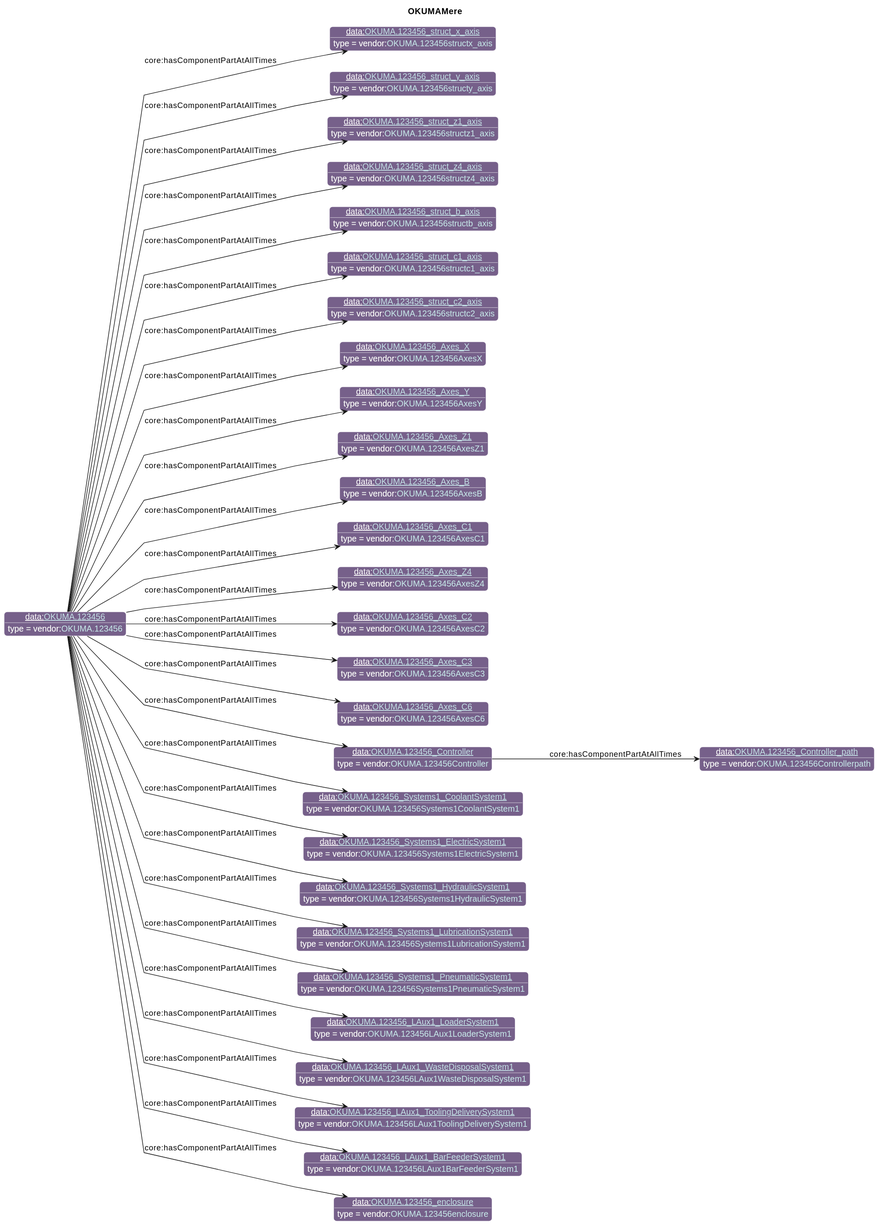
This is diagrams/OKUMAMere.svg from iofoundry/example-syseng-mtconnect, a PlantUML export, as it was before one commit.
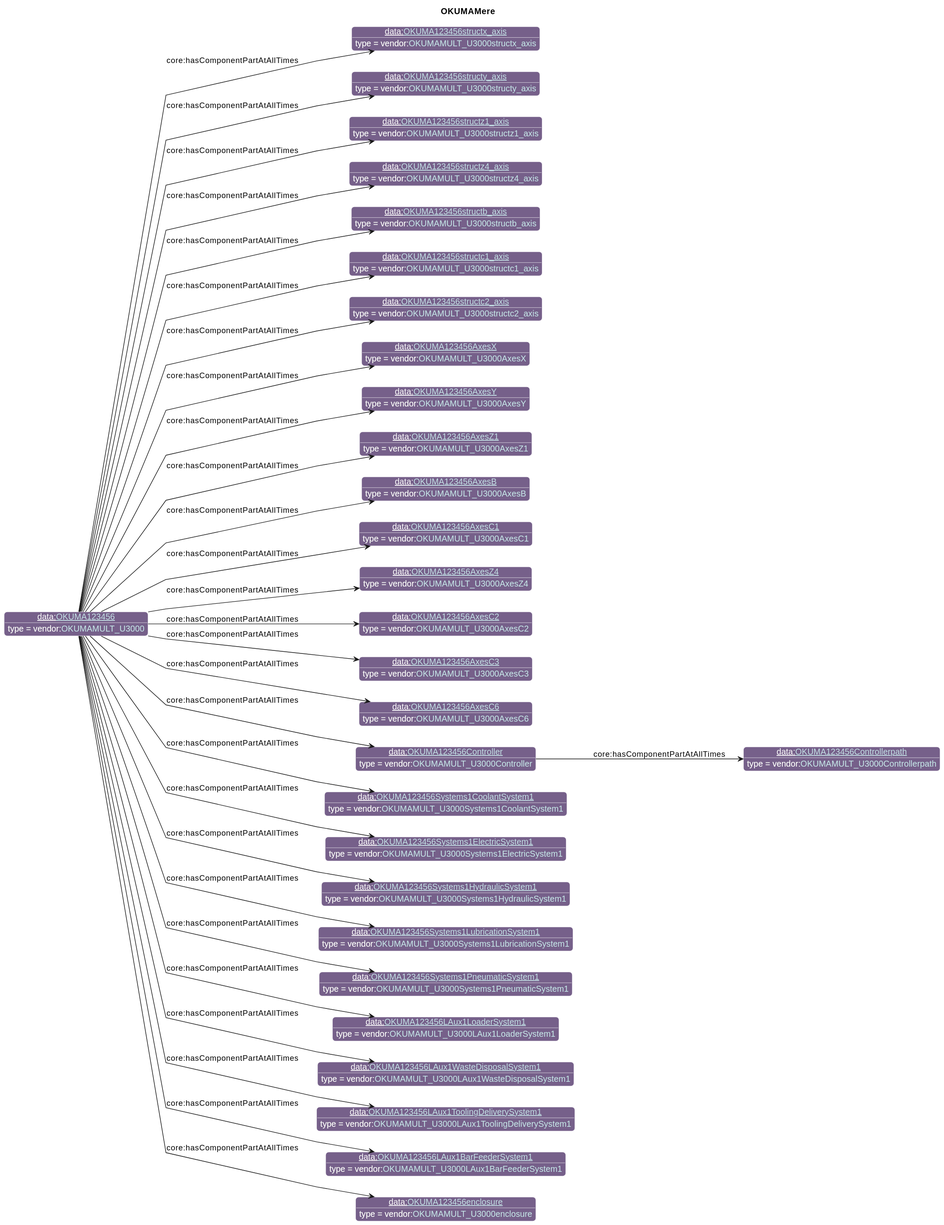
After the commit.

Change to the diagram source:
```diff
@@ -25,35 +25,35 @@
                       "cmns-dsg":"3A0519",
                       "qp":"641B2E"
       }
-individual(o0, data:[[./OKUMA.123456.html OKUMA.123456]], vendor:[[../OKUMA.html#OKUMA.123456 OKUMA.123456]])
-individual(o1, data:[[./OKUMA.123456_struct_x_axis.html OKUMA.123456_struct_x_axis]], vendor:[[../OKUMA.html#OKUMA.123456structx_axis OKUMA.123456structx_axis]])
-individual(o2, data:[[./OKUMA.123456_struct_y_axis.html OKUMA.123456_struct_y_axis]], vendor:[[../OKUMA.html#OKUMA.123456structy_axis OKUMA.123456structy_axis]])
-individual(o3, data:[[./OKUMA.123456_struct_z1_axis.html OKUMA.123456_struct_z1_axis]], vendor:[[../OKUMA.html#OKUMA.123456structz1_axis OKUMA.123456structz1_axis]])
-individual(o4, data:[[./OKUMA.123456_struct_z4_axis.html OKUMA.123456_struct_z4_axis]], vendor:[[../OKUMA.html#OKUMA.123456structz4_axis OKUMA.123456structz4_axis]])
-individual(o5, data:[[./OKUMA.123456_struct_b_axis.html OKUMA.123456_struct_b_axis]], vendor:[[../OKUMA.html#OKUMA.123456structb_axis OKUMA.123456structb_axis]])
-individual(o6, data:[[./OKUMA.123456_struct_c1_axis.html OKUMA.123456_struct_c1_axis]], vendor:[[../OKUMA.html#OKUMA.123456structc1_axis OKUMA.123456structc1_axis]])
-individual(o7, data:[[./OKUMA.123456_struct_c2_axis.html OKUMA.123456_struct_c2_axis]], vendor:[[../OKUMA.html#OKUMA.123456structc2_axis OKUMA.123456structc2_axis]])
-individual(o8, data:[[./OKUMA.123456_Axes_X.html OKUMA.123456_Axes_X]], vendor:[[../OKUMA.html#OKUMA.123456AxesX OKUMA.123456AxesX]])
-individual(o9, data:[[./OKUMA.123456_Axes_Y.html OKUMA.123456_Axes_Y]], vendor:[[../OKUMA.html#OKUMA.123456AxesY OKUMA.123456AxesY]])
-individual(o10, data:[[./OKUMA.123456_Axes_Z1.html OKUMA.123456_Axes_Z1]], vendor:[[../OKUMA.html#OKUMA.123456AxesZ1 OKUMA.123456AxesZ1]])
-individual(o11, data:[[./OKUMA.123456_Axes_B.html OKUMA.123456_Axes_B]], vendor:[[../OKUMA.html#OKUMA.123456AxesB OKUMA.123456AxesB]])
-individual(o12, data:[[./OKUMA.123456_Axes_C1.html OKUMA.123456_Axes_C1]], vendor:[[../OKUMA.html#OKUMA.123456AxesC1 OKUMA.123456AxesC1]])
-individual(o13, data:[[./OKUMA.123456_Axes_Z4.html OKUMA.123456_Axes_Z4]], vendor:[[../OKUMA.html#OKUMA.123456AxesZ4 OKUMA.123456AxesZ4]])
-individual(o14, data:[[./OKUMA.123456_Axes_C2.html OKUMA.123456_Axes_C2]], vendor:[[../OKUMA.html#OKUMA.123456AxesC2 OKUMA.123456AxesC2]])
-individual(o15, data:[[./OKUMA.123456_Axes_C3.html OKUMA.123456_Axes_C3]], vendor:[[../OKUMA.html#OKUMA.123456AxesC3 OKUMA.123456AxesC3]])
-individual(o16, data:[[./OKUMA.123456_Axes_C6.html OKUMA.123456_Axes_C6]], vendor:[[../OKUMA.html#OKUMA.123456AxesC6 OKUMA.123456AxesC6]])
-individual(o17, data:[[./OKUMA.123456_Controller.html OKUMA.123456_Controller]], vendor:[[../OKUMA.html#OKUMA.123456Controller OKUMA.123456Controller]])
-individual(o18, data:[[./OKUMA.123456_Controller_path.html OKUMA.123456_Controller_path]], vendor:[[../OKUMA.html#OKUMA.123456Controllerpath OKUMA.123456Controllerpath]])
-individual(o19, data:[[./OKUMA.123456_Systems1_CoolantSystem1.html OKUMA.123456_Systems1_CoolantSystem1]], vendor:[[../OKUMA.html#OKUMA.123456Systems1CoolantSystem1 OKUMA.123456Systems1CoolantSystem1]])
-individual(o20, data:[[./OKUMA.123456_Systems1_ElectricSystem1.html OKUMA.123456_Systems1_ElectricSystem1]], vendor:[[../OKUMA.html#OKUMA.123456Systems1ElectricSystem1 OKUMA.123456Systems1ElectricSystem1]])
-individual(o21, data:[[./OKUMA.123456_Systems1_HydraulicSystem1.html OKUMA.123456_Systems1_HydraulicSystem1]], vendor:[[../OKUMA.html#OKUMA.123456Systems1HydraulicSystem1 OKUMA.123456Systems1HydraulicSystem1]])
-individual(o22, data:[[./OKUMA.123456_Systems1_LubricationSystem1.html OKUMA.123456_Systems1_LubricationSystem1]], vendor:[[../OKUMA.html#OKUMA.123456Systems1LubricationSystem1 OKUMA.123456Systems1LubricationSystem1]])
-individual(o23, data:[[./OKUMA.123456_Systems1_PneumaticSystem1.html OKUMA.123456_Systems1_PneumaticSystem1]], vendor:[[../OKUMA.html#OKUMA.123456Systems1PneumaticSystem1 OKUMA.123456Systems1PneumaticSystem1]])
-individual(o24, data:[[./OKUMA.123456_LAux1_LoaderSystem1.html OKUMA.123456_LAux1_LoaderSystem1]], vendor:[[../OKUMA.html#OKUMA.123456LAux1LoaderSystem1 OKUMA.123456LAux1LoaderSystem1]])
-individual(o25, data:[[./OKUMA.123456_LAux1_WasteDisposalSystem1.html OKUMA.123456_LAux1_WasteDisposalSystem1]], vendor:[[../OKUMA.html#OKUMA.123456LAux1WasteDisposalSystem1 OKUMA.123456LAux1WasteDisposalSystem1]])
-individual(o26, data:[[./OKUMA.123456_LAux1_ToolingDeliverySystem1.html OKUMA.123456_LAux1_ToolingDeliverySystem1]], vendor:[[../OKUMA.html#OKUMA.123456LAux1ToolingDeliverySystem1 OKUMA.123456LAux1ToolingDeliverySystem1]])
-individual(o27, data:[[./OKUMA.123456_LAux1_BarFeederSystem1.html OKUMA.123456_LAux1_BarFeederSystem1]], vendor:[[../OKUMA.html#OKUMA.123456LAux1BarFeederSystem1 OKUMA.123456LAux1BarFeederSystem1]])
-individual(o28, data:[[./OKUMA.123456_enclosure.html OKUMA.123456_enclosure]], vendor:[[../OKUMA.html#OKUMA.123456enclosure OKUMA.123456enclosure]])
+individual(o0, data:[[./OKUMA123456.html OKUMA123456]], vendor:[[../OKUMA.html#OKUMAMULT_U3000 OKUMAMULT_U3000]])
+individual(o1, data:[[./OKUMA123456structx_axis.html OKUMA123456structx_axis]], vendor:[[../OKUMA.html#OKUMAMULT_U3000structx_axis OKUMAMULT_U3000structx_axis]])
+individual(o2, data:[[./OKUMA123456structy_axis.html OKUMA123456structy_axis]], vendor:[[../OKUMA.html#OKUMAMULT_U3000structy_axis OKUMAMULT_U3000structy_axis]])
+individual(o3, data:[[./OKUMA123456structz1_axis.html OKUMA123456structz1_axis]], vendor:[[../OKUMA.html#OKUMAMULT_U3000structz1_axis OKUMAMULT_U3000structz1_axis]])
+individual(o4, data:[[./OKUMA123456structz4_axis.html OKUMA123456structz4_axis]], vendor:[[../OKUMA.html#OKUMAMULT_U3000structz4_axis OKUMAMULT_U3000structz4_axis]])
+individual(o5, data:[[./OKUMA123456structb_axis.html OKUMA123456structb_axis]], vendor:[[../OKUMA.html#OKUMAMULT_U3000structb_axis OKUMAMULT_U3000structb_axis]])
+individual(o6, data:[[./OKUMA123456structc1_axis.html OKUMA123456structc1_axis]], vendor:[[../OKUMA.html#OKUMAMULT_U3000structc1_axis OKUMAMULT_U3000structc1_axis]])
+individual(o7, data:[[./OKUMA123456structc2_axis.html OKUMA123456structc2_axis]], vendor:[[../OKUMA.html#OKUMAMULT_U3000structc2_axis OKUMAMULT_U3000structc2_axis]])
+individual(o8, data:[[./OKUMA123456AxesX.html OKUMA123456AxesX]], vendor:[[../OKUMA.html#OKUMAMULT_U3000AxesX OKUMAMULT_U3000AxesX]])
+individual(o9, data:[[./OKUMA123456AxesY.html OKUMA123456AxesY]], vendor:[[../OKUMA.html#OKUMAMULT_U3000AxesY OKUMAMULT_U3000AxesY]])
+individual(o10, data:[[./OKUMA123456AxesZ1.html OKUMA123456AxesZ1]], vendor:[[../OKUMA.html#OKUMAMULT_U3000AxesZ1 OKUMAMULT_U3000AxesZ1]])
+individual(o11, data:[[./OKUMA123456AxesB.html OKUMA123456AxesB]], vendor:[[../OKUMA.html#OKUMAMULT_U3000AxesB OKUMAMULT_U3000AxesB]])
+individual(o12, data:[[./OKUMA123456AxesC1.html OKUMA123456AxesC1]], vendor:[[../OKUMA.html#OKUMAMULT_U3000AxesC1 OKUMAMULT_U3000AxesC1]])
+individual(o13, data:[[./OKUMA123456AxesZ4.html OKUMA123456AxesZ4]], vendor:[[../OKUMA.html#OKUMAMULT_U3000AxesZ4 OKUMAMULT_U3000AxesZ4]])
+individual(o14, data:[[./OKUMA123456AxesC2.html OKUMA123456AxesC2]], vendor:[[../OKUMA.html#OKUMAMULT_U3000AxesC2 OKUMAMULT_U3000AxesC2]])
+individual(o15, data:[[./OKUMA123456AxesC3.html OKUMA123456AxesC3]], vendor:[[../OKUMA.html#OKUMAMULT_U3000AxesC3 OKUMAMULT_U3000AxesC3]])
+individual(o16, data:[[./OKUMA123456AxesC6.html OKUMA123456AxesC6]], vendor:[[../OKUMA.html#OKUMAMULT_U3000AxesC6 OKUMAMULT_U3000AxesC6]])
+individual(o17, data:[[./OKUMA123456Controller.html OKUMA123456Controller]], vendor:[[../OKUMA.html#OKUMAMULT_U3000Controller OKUMAMULT_U3000Controller]])
+individual(o18, data:[[./OKUMA123456Controllerpath.html OKUMA123456Controllerpath]], vendor:[[../OKUMA.html#OKUMAMULT_U3000Controllerpath OKUMAMULT_U3000Controllerpath]])
+individual(o19, data:[[./OKUMA123456Systems1CoolantSystem1.html OKUMA123456Systems1CoolantSystem1]], vendor:[[../OKUMA.html#OKUMAMULT_U3000Systems1CoolantSystem1 OKUMAMULT_U3000Systems1CoolantSystem1]])
+individual(o20, data:[[./OKUMA123456Systems1ElectricSystem1.html OKUMA123456Systems1ElectricSystem1]], vendor:[[../OKUMA.html#OKUMAMULT_U3000Systems1ElectricSystem1 OKUMAMULT_U3000Systems1ElectricSystem1]])
+individual(o21, data:[[./OKUMA123456Systems1HydraulicSystem1.html OKUMA123456Systems1HydraulicSystem1]], vendor:[[../OKUMA.html#OKUMAMULT_U3000Systems1HydraulicSystem1 OKUMAMULT_U3000Systems1HydraulicSystem1]])
+individual(o22, data:[[./OKUMA123456Systems1LubricationSystem1.html OKUMA123456Systems1LubricationSystem1]], vendor:[[../OKUMA.html#OKUMAMULT_U3000Systems1LubricationSystem1 OKUMAMULT_U3000Systems1LubricationSystem1]])
+individual(o23, data:[[./OKUMA123456Systems1PneumaticSystem1.html OKUMA123456Systems1PneumaticSystem1]], vendor:[[../OKUMA.html#OKUMAMULT_U3000Systems1PneumaticSystem1 OKUMAMULT_U3000Systems1PneumaticSystem1]])
+individual(o24, data:[[./OKUMA123456LAux1LoaderSystem1.html OKUMA123456LAux1LoaderSystem1]], vendor:[[../OKUMA.html#OKUMAMULT_U3000LAux1LoaderSystem1 OKUMAMULT_U3000LAux1LoaderSystem1]])
+individual(o25, data:[[./OKUMA123456LAux1WasteDisposalSystem1.html OKUMA123456LAux1WasteDisposalSystem1]], vendor:[[../OKUMA.html#OKUMAMULT_U3000LAux1WasteDisposalSystem1 OKUMAMULT_U3000LAux1WasteDisposalSystem1]])
+individual(o26, data:[[./OKUMA123456LAux1ToolingDeliverySystem1.html OKUMA123456LAux1ToolingDeliverySystem1]], vendor:[[../OKUMA.html#OKUMAMULT_U3000LAux1ToolingDeliverySystem1 OKUMAMULT_U3000LAux1ToolingDeliverySystem1]])
+individual(o27, data:[[./OKUMA123456LAux1BarFeederSystem1.html OKUMA123456LAux1BarFeederSystem1]], vendor:[[../OKUMA.html#OKUMAMULT_U3000LAux1BarFeederSystem1 OKUMAMULT_U3000LAux1BarFeederSystem1]])
+individual(o28, data:[[./OKUMA123456enclosure.html OKUMA123456enclosure]], vendor:[[../OKUMA.html#OKUMAMULT_U3000enclosure OKUMAMULT_U3000enclosure]])
 property(o0, "core:hasComponentPartAtAllTimes", o1)
 property(o0, "core:hasComponentPartAtAllTimes", o2)
 property(o0, "core:hasComponentPartAtAllTimes", o3)
```
